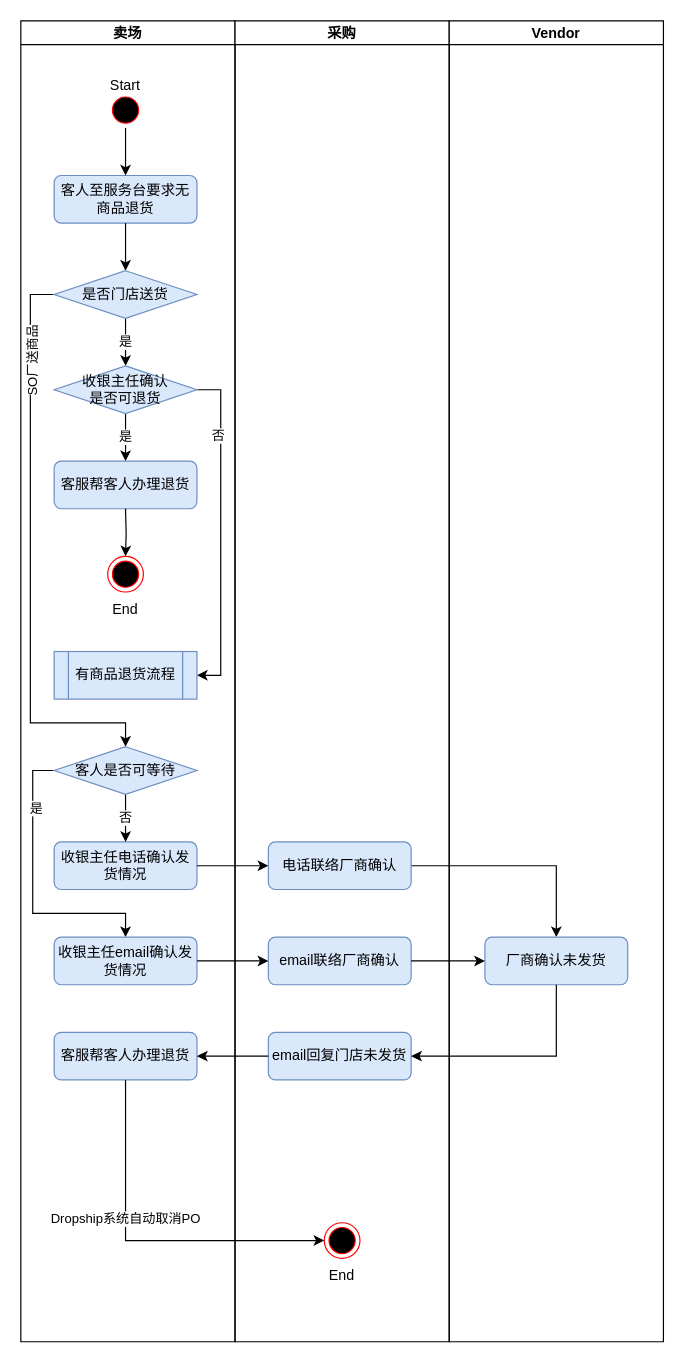
This is page "无商品退货业务流程" (7 of 8) of Special Order.drawio from luss613/draw.io, a draw.io file, before an edit. Source tidied: cells renumbered, new cells numbered last; positions are measured from the earlier drawing's top-left corner, leaving out a move shared by most shapes. Both pictures are drawn from the tidied source at 119%, with x=0, y=0 at pixel (20, 20).
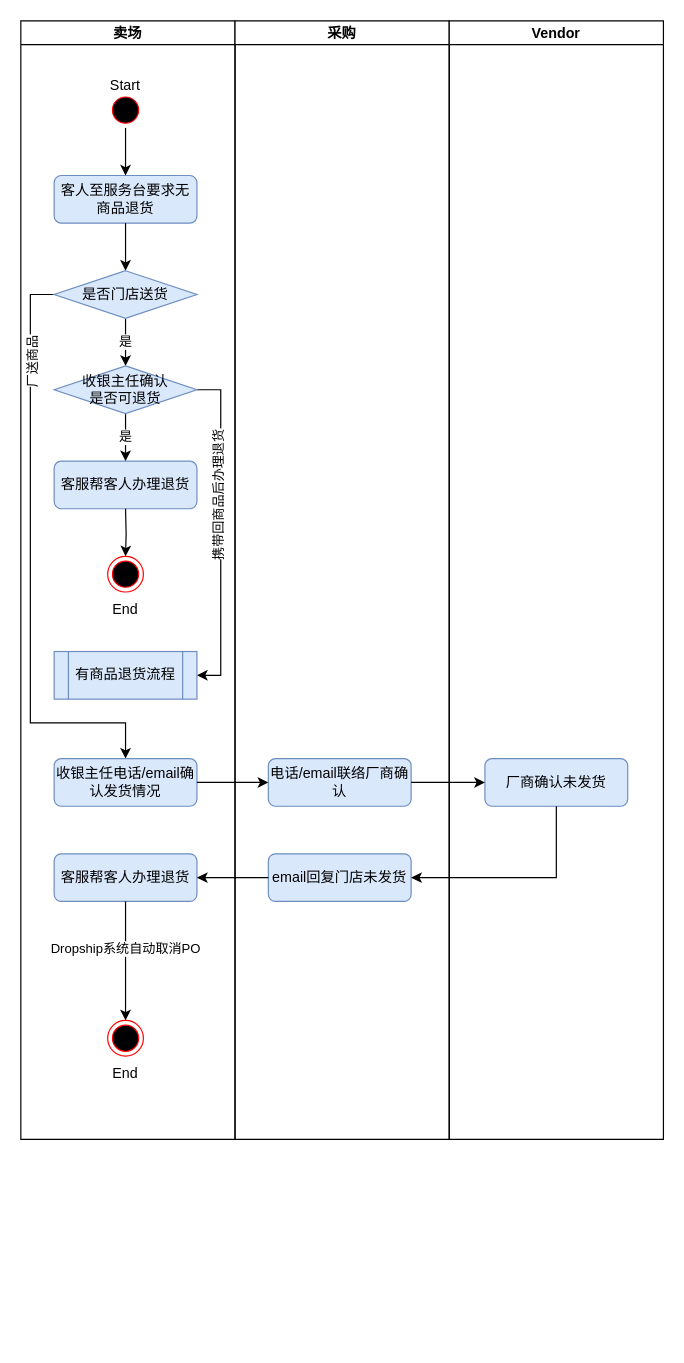
The same diagram, later.

Unchanged cells that the change refers to:
```xml
<mxCell id="14" value="是否门店送货" style="rhombus;whiteSpace=wrap;html=1;fillColor=#dae8fc;strokeColor=#6c8ebf;" parent="3" vertex="1">
  <mxGeometry x="28" y="210" width="120" height="40" as="geometry" />
</mxCell>
<mxCell id="16" style="edgeStyle=orthogonalEdgeStyle;rounded=0;jettySize=auto;html=1;exitX=1;exitY=0.5;exitDx=0;exitDy=0;entryX=1;entryY=0.5;entryDx=0;entryDy=0;" parent="3" edge="1" source="18" target="22">
  <mxGeometry relative="1" as="geometry" />
</mxCell>
```

What changed in the source:
```diff
@@
-    <mxCell id="2" style="edgeStyle=orthogonalEdgeStyle;rounded=0;jettySize=auto;html=1;" parent="1" edge="1" source="30" target="36">
-      <mxGeometry relative="1" as="geometry" />
-    </mxCell>
     <mxCell id="3" value="卖场" style="swimlane;startSize=20;" parent="1" vertex="1">
-      <mxGeometry width="180" height="1110" as="geometry" />
+      <mxGeometry width="180" height="940" as="geometry" />
     </mxCell>
@@
-    <mxCell id="7" value="收银主任电话确认发货情况" style="rounded=1;whiteSpace=wrap;html=1;fontSize=12;glass=0;strokeWidth=1;shadow=0;fillColor=#dae8fc;strokeColor=#6c8ebf;" parent="3" vertex="1">
-      <mxGeometry x="28" y="690" width="120" height="40" as="geometry" />
-    </mxCell>
@@
-    <mxCell id="12" style="edgeStyle=orthogonalEdgeStyle;rounded=0;jettySize=auto;html=1;exitX=0;exitY=0.5;exitDx=0;exitDy=0;entryX=0.5;entryY=0;entryDx=0;entryDy=0;" parent="3" edge="1" source="14" target="26">
+    <mxCell id="12" style="edgeStyle=orthogonalEdgeStyle;rounded=0;jettySize=auto;html=1;exitX=0;exitY=0.5;exitDx=0;exitDy=0;" parent="3" edge="1" source="14" target="27">
       <mxGeometry relative="1" as="geometry">
         <Array as="points">
           <mxPoint x="8" y="230" />
           <mxPoint x="8" y="590" />
           <mxPoint x="88" y="590" />
         </Array>
       </mxGeometry>
     </mxCell>
-    <mxCell id="13" value="SO厂送商品" style="edgeLabel;html=1;align=center;verticalAlign=middle;rotation=-90;" parent="12" vertex="1">
+    <mxCell id="13" value="厂送商品" style="edgeLabel;html=1;align=center;verticalAlign=middle;rotation=-90;" parent="12" vertex="1">
       <mxGeometry x="-0.73" y="1" relative="1" as="geometry">
         <mxPoint y="12" as="offset" />
       </mxGeometry>
     </mxCell>
@@
-    <mxCell id="17" value="否" style="edgeLabel;html=1;align=center;verticalAlign=middle;" parent="16" vertex="1">
+    <mxCell id="17" value="携带回商品后办理退货" style="edgeLabel;html=1;align=center;verticalAlign=middle;rotation=-90;" parent="16" vertex="1">
       <mxGeometry x="-0.59" y="-3" relative="1" as="geometry">
-        <mxPoint y="1" as="offset" />
+        <mxPoint y="53" as="offset" />
       </mxGeometry>
     </mxCell>
@@
-    <mxCell id="23" value="否" style="edgeStyle=orthogonalEdgeStyle;rounded=0;jettySize=auto;html=1;" parent="3" edge="1" source="26" target="7">
-      <mxGeometry relative="1" as="geometry" />
-    </mxCell>
-    <mxCell id="24" style="edgeStyle=orthogonalEdgeStyle;rounded=0;jettySize=auto;html=1;entryX=0.5;entryY=0;entryDx=0;entryDy=0;exitX=0;exitY=0.5;exitDx=0;exitDy=0;" parent="3" edge="1" source="26" target="27">
-      <mxGeometry relative="1" as="geometry">
-        <Array as="points">
-          <mxPoint x="10" y="630" />
-          <mxPoint x="10" y="750" />
-          <mxPoint x="88" y="750" />
-        </Array>
-      </mxGeometry>
-    </mxCell>
-    <mxCell id="25" value="是" style="edgeLabel;html=1;align=center;verticalAlign=middle;" parent="24" vertex="1">
-      <mxGeometry x="-0.59" y="2" relative="1" as="geometry">
-        <mxPoint y="1" as="offset" />
-      </mxGeometry>
-    </mxCell>
-    <mxCell id="26" value="客人是否可等待" style="rhombus;whiteSpace=wrap;html=1;fillColor=#dae8fc;strokeColor=#6c8ebf;" parent="3" vertex="1">
-      <mxGeometry x="28" y="610" width="120" height="40" as="geometry" />
-    </mxCell>
-    <mxCell id="27" value="收银主任email确认发货情况" style="rounded=1;whiteSpace=wrap;html=1;fontSize=12;glass=0;strokeWidth=1;shadow=0;fillColor=#dae8fc;strokeColor=#6c8ebf;" parent="3" vertex="1">
-      <mxGeometry x="28" y="770" width="120" height="40" as="geometry" />
+    <mxCell id="27" value="收银主任电话/email确认发货情况" style="rounded=1;whiteSpace=wrap;html=1;fontSize=12;glass=0;strokeWidth=1;shadow=0;fillColor=#dae8fc;strokeColor=#6c8ebf;" parent="3" vertex="1">
+      <mxGeometry x="28" y="620" width="120" height="40" as="geometry" />
     </mxCell>
     <mxCell id="28" value="客服帮客人办理退货" style="rounded=1;whiteSpace=wrap;html=1;fontSize=12;glass=0;strokeWidth=1;shadow=0;fillColor=#dae8fc;strokeColor=#6c8ebf;" parent="3" vertex="1">
-      <mxGeometry x="28" y="850" width="120" height="40" as="geometry" />
+      <mxGeometry x="28" y="700" width="120" height="40" as="geometry" />
     </mxCell>
+    <mxCell id="32" value="End" style="text;html=1;strokeColor=none;fillColor=none;align=center;verticalAlign=middle;whiteSpace=wrap;rounded=0;" parent="3" vertex="1">
+      <mxGeometry x="58" y="870" width="60" height="30" as="geometry" />
+    </mxCell>
+    <mxCell id="31" style="ellipse;html=1;shape=endState;fillColor=#000000;strokeColor=#ff0000;" parent="3" vertex="1">
+      <mxGeometry x="73" y="840" width="30" height="30" as="geometry" />
+    </mxCell>
+    <mxCell id="42" style="edgeStyle=orthogonalEdgeStyle;rounded=0;jettySize=auto;html=1;entryX=0.5;entryY=0;entryDx=0;entryDy=0;exitX=0.5;exitY=1;exitDx=0;exitDy=0;" parent="3" edge="1" source="28" target="31">
+      <mxGeometry relative="1" as="geometry" />
+    </mxCell>
+    <mxCell id="43" value="Dropship系统自动取消PO" style="edgeLabel;html=1;align=center;verticalAlign=middle;" parent="42" vertex="1">
+      <mxGeometry x="-0.23" y="-1" relative="1" as="geometry" />
+    </mxCell>
     <mxCell id="29" value="采购" style="swimlane;startSize=20;" parent="1" vertex="1">
-      <mxGeometry x="180" width="180" height="1110" as="geometry" />
+      <mxGeometry x="180" width="180" height="940" as="geometry" />
     </mxCell>
-    <mxCell id="30" value="电话联络厂商确认" style="rounded=1;whiteSpace=wrap;html=1;fontSize=12;glass=0;strokeWidth=1;shadow=0;fillColor=#dae8fc;strokeColor=#6c8ebf;" parent="29" vertex="1">
-      <mxGeometry x="28" y="690" width="120" height="40" as="geometry" />
-    </mxCell>
-    <mxCell id="31" style="ellipse;html=1;shape=endState;fillColor=#000000;strokeColor=#ff0000;" parent="29" vertex="1">
-      <mxGeometry x="75" y="1010" width="30" height="30" as="geometry" />
-    </mxCell>
-    <mxCell id="32" value="End" style="text;html=1;strokeColor=none;fillColor=none;align=center;verticalAlign=middle;whiteSpace=wrap;rounded=0;" parent="29" vertex="1">
-      <mxGeometry x="60" y="1040" width="60" height="30" as="geometry" />
-    </mxCell>
-    <mxCell id="33" value="email联络厂商确认" style="rounded=1;whiteSpace=wrap;html=1;fontSize=12;glass=0;strokeWidth=1;shadow=0;fillColor=#dae8fc;strokeColor=#6c8ebf;" parent="29" vertex="1">
-      <mxGeometry x="28" y="770" width="120" height="40" as="geometry" />
+    <mxCell id="33" value="电话/email联络厂商确认" style="rounded=1;whiteSpace=wrap;html=1;fontSize=12;glass=0;strokeWidth=1;shadow=0;fillColor=#dae8fc;strokeColor=#6c8ebf;" parent="29" vertex="1">
+      <mxGeometry x="28" y="620" width="120" height="40" as="geometry" />
     </mxCell>
     <mxCell id="34" value="email回复门店未发货" style="rounded=1;whiteSpace=wrap;html=1;fontSize=12;glass=0;strokeWidth=1;shadow=0;fillColor=#dae8fc;strokeColor=#6c8ebf;" parent="29" vertex="1">
-      <mxGeometry x="28" y="850" width="120" height="40" as="geometry" />
+      <mxGeometry x="28" y="700" width="120" height="40" as="geometry" />
     </mxCell>
     <mxCell id="35" value="Vendor" style="swimlane;startSize=20;" parent="1" vertex="1">
-      <mxGeometry x="360" width="180" height="1110" as="geometry" />
+      <mxGeometry x="360" width="180" height="940" as="geometry" />
     </mxCell>
     <mxCell id="36" value="厂商确认未发货" style="rounded=1;whiteSpace=wrap;html=1;fontSize=12;glass=0;strokeWidth=1;shadow=0;fillColor=#dae8fc;strokeColor=#6c8ebf;" parent="35" vertex="1">
-      <mxGeometry x="30" y="770" width="120" height="40" as="geometry" />
+      <mxGeometry x="30" y="620" width="120" height="40" as="geometry" />
     </mxCell>
-    <mxCell id="37" style="edgeStyle=orthogonalEdgeStyle;rounded=0;jettySize=auto;html=1;" parent="1" edge="1" source="7" target="30">
-      <mxGeometry relative="1" as="geometry" />
-    </mxCell>
@@
-    <mxCell id="42" style="edgeStyle=orthogonalEdgeStyle;rounded=0;jettySize=auto;html=1;entryX=0;entryY=0.5;entryDx=0;entryDy=0;exitX=0.5;exitY=1;exitDx=0;exitDy=0;" parent="1" edge="1" source="28" target="31">
-      <mxGeometry relative="1" as="geometry" />
-    </mxCell>
-    <mxCell id="43" value="Dropship系统自动取消PO" style="edgeLabel;html=1;align=center;verticalAlign=middle;" parent="42" vertex="1">
-      <mxGeometry x="-0.23" y="-1" relative="1" as="geometry" />
-    </mxCell>
```
